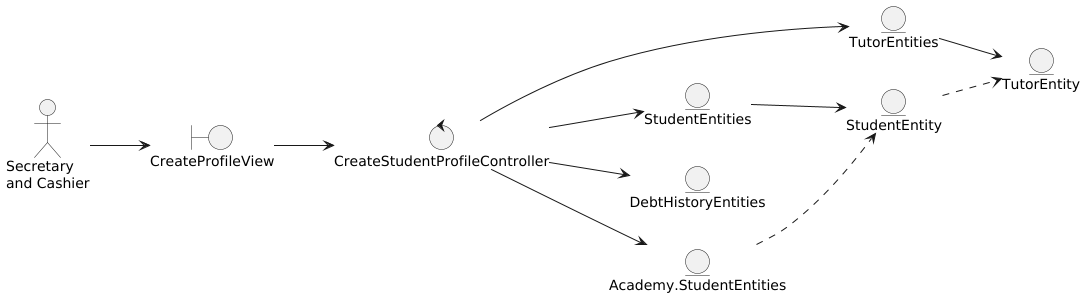
The PlantUML diagram out/DesignView/AnalysisView/UseCaseAnalysis/CU02.CreateStudentProfile/Classes.CU02.Analysis.png in wsmcbl/wsmcbl.doc, before a commit.
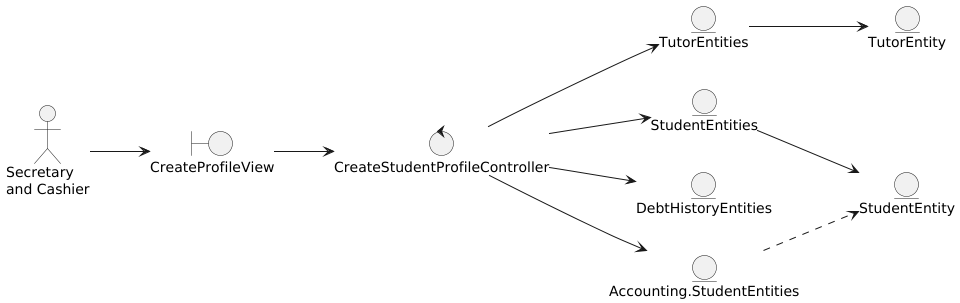
The same file after the commit.

Commit message:
Update: cu02 usecase analysis

What changed in the source:
```diff
@@ -12,7 +12,7 @@
 entity TutorEntity
 entity TutorEntities
 entity DebtHistoryEntities
-entity Academy.StudentEntities
+entity Accounting.StudentEntities
 
 theActor --> CreateProfileView
 
@@ -21,11 +21,10 @@
 CreateStudentProfileController --> StudentEntities
 CreateStudentProfileController --> TutorEntities
 CreateStudentProfileController --> DebtHistoryEntities
-CreateStudentProfileController --> Academy.StudentEntities
+CreateStudentProfileController --> Accounting.StudentEntities
 
 StudentEntities --> StudentEntity
-StudentEntity ..> TutorEntity
 TutorEntities --> TutorEntity
-Academy.StudentEntities ..> StudentEntity
+Accounting.StudentEntities ..> StudentEntity
 
 @enduml
```
